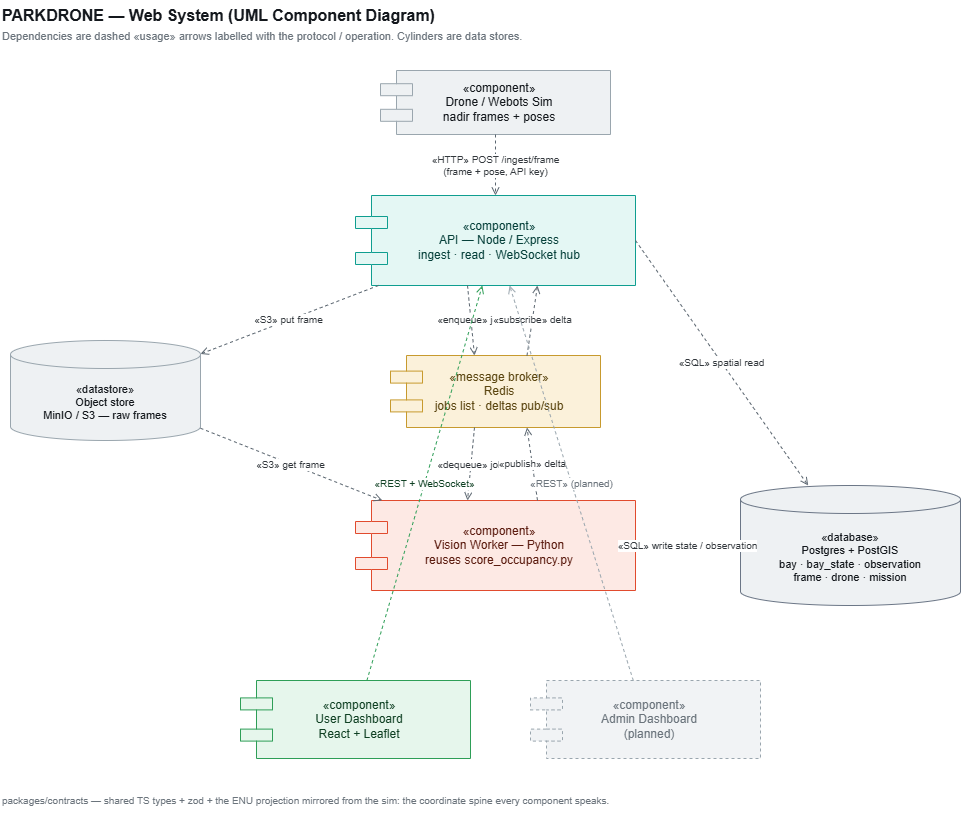
Earlier version of the draw.io export web/docs/architecture.png (l-pavlova/drone_project). Source tidied: cells renumbered, new cells last; positions are measured from the earlier drawing's top-left corner, leaving out a move shared by most shapes.
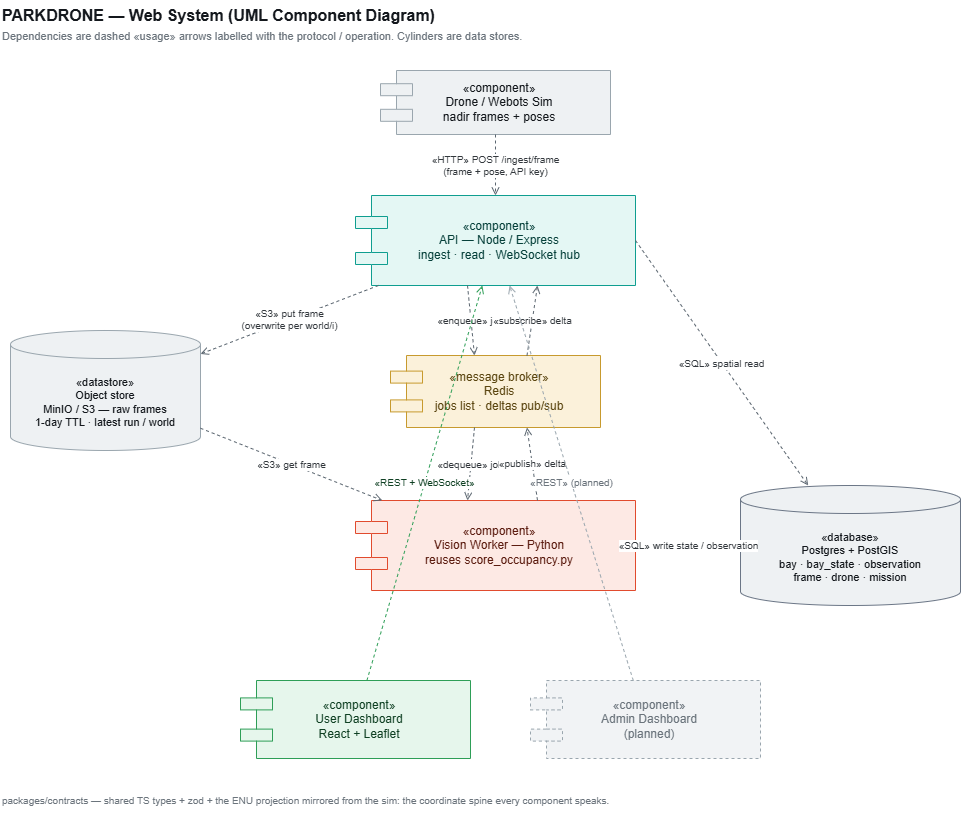
Later version of the same file.

What changed in the source:
```diff
@@ -14,8 +14,8 @@
     <mxCell id="5" value="«component»&#10;API — Node / Express&#10;ingest · read · WebSocket hub" style="shape=component;html=1;whiteSpace=wrap;rounded=0;align=center;verticalAlign=middle;fontSize=12;fillColor=#E4F7F4;strokeColor=#0F9E90;fontColor=#06403a;spacingLeft=8;" parent="1" vertex="1">
       <mxGeometry x="355" y="195" width="280" height="90" as="geometry" />
     </mxCell>
-    <mxCell id="6" value="«datastore»&#10;Object store&#10;MinIO / S3 — raw frames" style="shape=cylinder3;html=1;whiteSpace=wrap;boundedLbl=1;backgroundOutline=1;size=14;fillColor=#EEF1F3;strokeColor=#9AA6AE;fontColor=#14181D;fontSize=11;" parent="1" vertex="1">
-      <mxGeometry x="10" y="340" width="190" height="100" as="geometry" />
+    <mxCell id="6" value="«datastore»&#10;Object store&#10;MinIO / S3 — raw frames&#10;1-day TTL · latest run / world" style="shape=cylinder3;html=1;whiteSpace=wrap;boundedLbl=1;backgroundOutline=1;size=14;fillColor=#EEF1F3;strokeColor=#9AA6AE;fontColor=#14181D;fontSize=11;" parent="1" vertex="1">
+      <mxGeometry x="10" y="330" width="190" height="120" as="geometry" />
     </mxCell>
     <mxCell id="7" value="«message broker»&#10;Redis&#10;jobs list · deltas pub/sub" style="shape=component;html=1;whiteSpace=wrap;rounded=0;align=center;verticalAlign=middle;fontSize=12;fillColor=#FBF1DA;strokeColor=#C79A2E;fontColor=#5b4611;spacingLeft=8;" parent="1" vertex="1">
       <mxGeometry x="390" y="355" width="210" height="72" as="geometry" />
@@ -35,7 +35,7 @@
     <mxCell id="12" value="«HTTP» POST /ingest/frame&#10;(frame + pose, API key)" style="endArrow=open;endFill=0;dashed=1;html=1;fontSize=10;strokeColor=#5b6670;fontColor=#33383d;labelBackgroundColor=#ffffff;" parent="1" edge="1" source="4" target="5">
       <mxGeometry relative="1" as="geometry" />
     </mxCell>
-    <mxCell id="13" value="«S3» put frame" style="endArrow=open;endFill=0;dashed=1;html=1;fontSize=10;strokeColor=#5b6670;fontColor=#33383d;labelBackgroundColor=#ffffff;" parent="1" edge="1" source="5" target="6">
+    <mxCell id="13" value="«S3» put frame&#10;(overwrite per world/i)" style="endArrow=open;endFill=0;dashed=1;html=1;fontSize=10;strokeColor=#5b6670;fontColor=#33383d;labelBackgroundColor=#ffffff;" parent="1" edge="1" source="5" target="6">
       <mxGeometry relative="1" as="geometry" />
     </mxCell>
     <mxCell id="14" value="«enqueue» job" style="endArrow=open;endFill=0;dashed=1;html=1;fontSize=10;strokeColor=#5b6670;fontColor=#33383d;labelBackgroundColor=#ffffff;exitX=0.4;exitY=1;exitDx=0;exitDy=0;entryX=0.4;entryY=0;entryDx=0;entryDy=0;" parent="1" edge="1" source="5" target="7">
```
